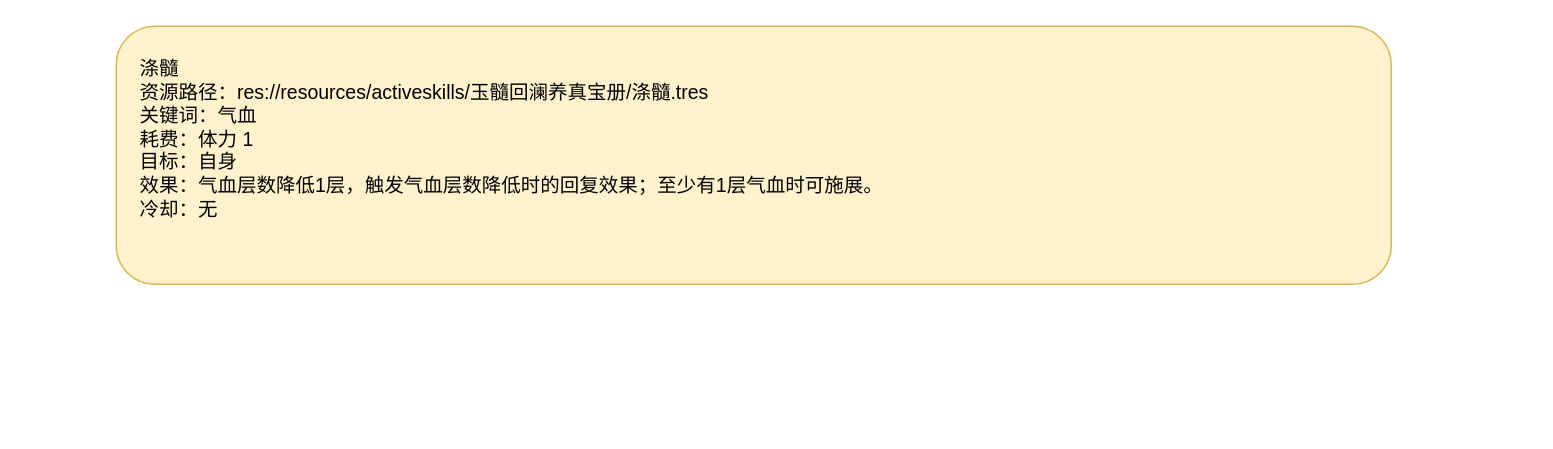
This is page "涤髓" (1 of 2) of docs/卡牌词典/秘籍技能/玉髓回澜养真宝册/涤髓.drawio from ankundanetracyc-spec/tian-guan-you-du, a draw.io file, before an edit. Source tidied: cells renumbered, new cells numbered last; positions are measured from the earlier drawing's top-left corner, leaving out a move shared by most shapes. Both pictures are drawn from the tidied source at 150%, with x=0, y=0 at pixel (116, 26).
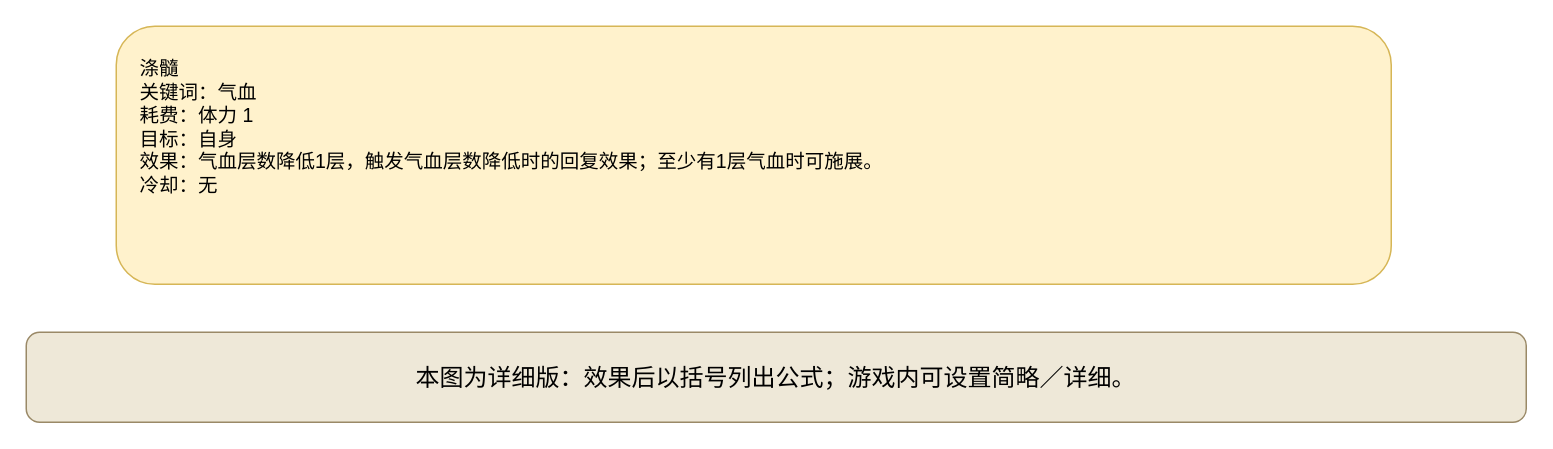
Above is the later version.

Diff of the diagram source:
```diff
@@
 <mxGraphModel>
   <root>
     <mxCell id="0" />
     <mxCell id="1" parent="0" />
-    <mxCell id="2" value="&lt;div style=&quot;text-align:left;&quot;&gt;涤髓&lt;br&gt;资源路径：res://resources/activeskills/玉髓回澜养真宝册/涤髓.tres&lt;br&gt;关键词：气血&lt;br&gt;耗费：体力 1&lt;br&gt;目标：自身&lt;br&gt;效果：气血层数降低1层，触发气血层数降低时的回复效果；至少有1层气血时可施展。&lt;br&gt;冷却：无&lt;/div&gt;" style="rounded=1;whiteSpace=wrap;html=1;fillColor=#fff2cc;strokeColor=#d6b656;fontSize=13;align=left;verticalAlign=top;spacing=16;" parent="1" vertex="1">
+    <mxCell id="2" value="涤髓&#10;关键词：气血&#10;耗费：体力 1&#10;目标：自身&#10;效果：气血层数降低1层，触发气血层数降低时的回复效果；至少有1层气血时可施展。&#10;冷却：无" style="rounded=1;whiteSpace=wrap;html=1;fillColor=#fff2cc;strokeColor=#d6b656;fontSize=13;align=left;verticalAlign=top;spacing=16;" parent="1" vertex="1">
       <mxGeometry width="850" height="172" as="geometry" />
     </mxCell>
+    <mxCell id="3" value="本图为详细版：效果后以括号列出公式；游戏内可设置简略／详细。" style="rounded=1;whiteSpace=wrap;html=1;fillColor=#eee8d8;strokeColor=#9a8967;fontSize=16;" parent="1" vertex="1">
+      <mxGeometry x="-60" y="204" width="1000" height="60" as="geometry" />
+    </mxCell>
   </root>
 </mxGraphModel>
```
